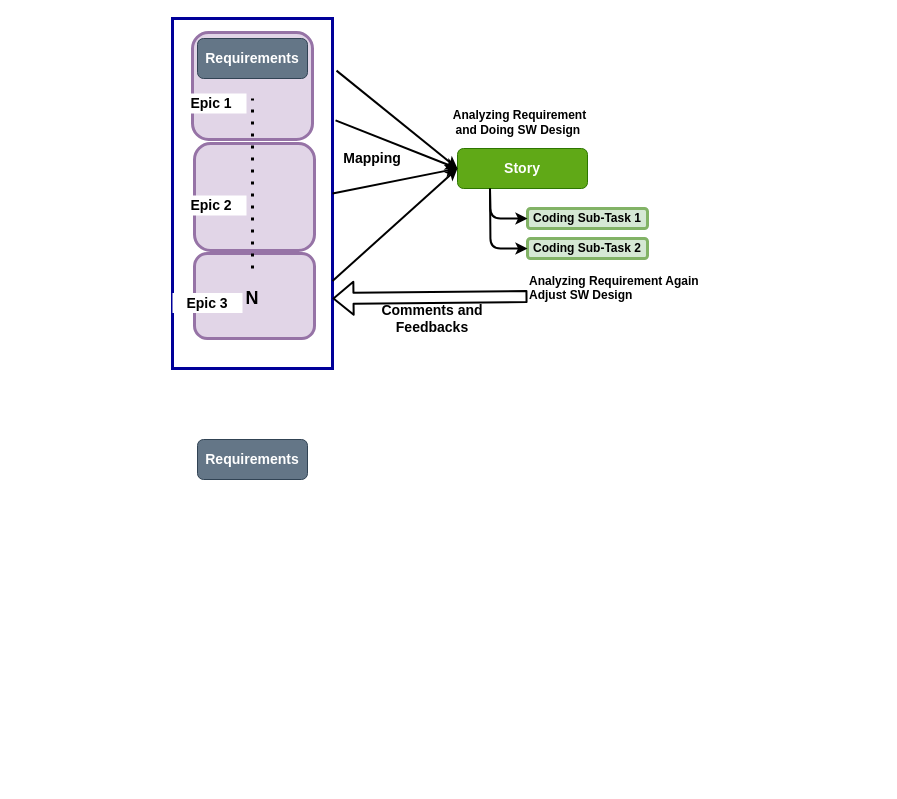
Above: page "Story" (2 of 4) of ASPICE.drawio in jiajiuan/linux_apps (draw.io), before the change. Source tidied: cells renumbered, new cells numbered last; positions are measured from the earlier drawing's top-left corner, leaving out a move shared by most shapes. Both pictures are drawn from the tidied source at 100%, with x=0, y=0 at pixel (172, 18).
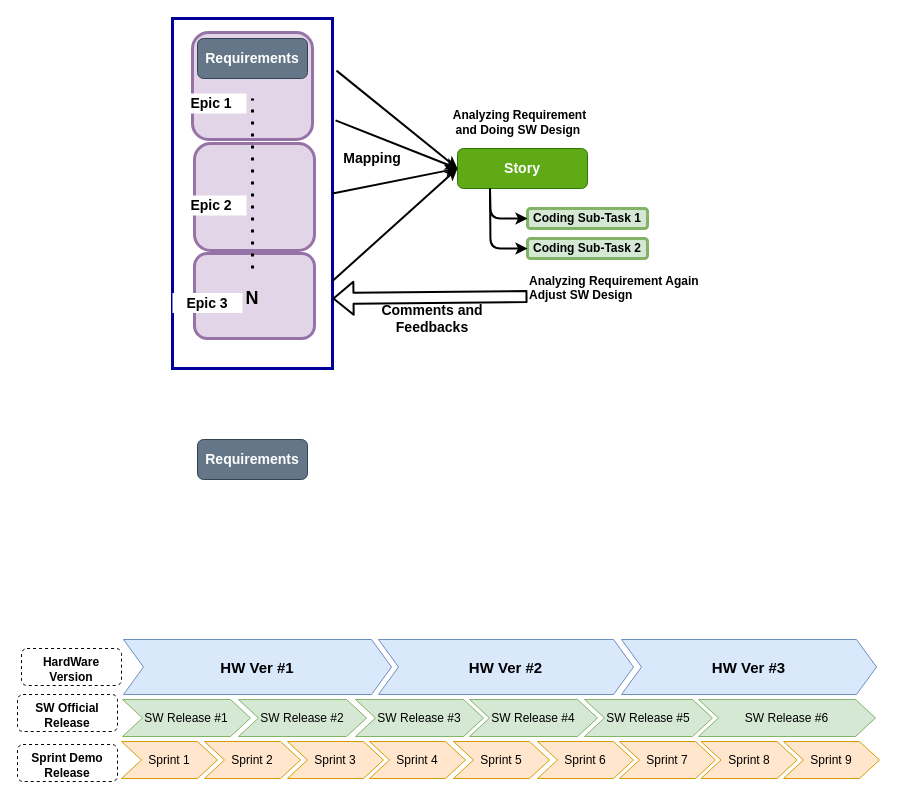
The same diagram, later.

The edit, as a diff of the source:
```diff
@@
+    <mxCell id="27" value="&lt;font style=&quot;font-size: 15px&quot;&gt;&lt;b&gt;HW Ver #1&lt;/b&gt;&lt;/font&gt;" style="shape=step;perimeter=stepPerimeter;whiteSpace=wrap;html=1;fixedSize=1;fillColor=#dae8fc;strokeColor=#6c8ebf;" parent="1" vertex="1">
+      <mxGeometry x="-49" y="621" width="268" height="55" as="geometry" />
+    </mxCell>
+    <mxCell id="28" value="&lt;font style=&quot;font-size: 15px&quot;&gt;&lt;b&gt;HW Ver #2&lt;/b&gt;&lt;/font&gt;" style="shape=step;perimeter=stepPerimeter;whiteSpace=wrap;html=1;fixedSize=1;fillColor=#dae8fc;strokeColor=#6c8ebf;" parent="1" vertex="1">
+      <mxGeometry x="206" y="621" width="255" height="55" as="geometry" />
+    </mxCell>
+    <mxCell id="29" value="&lt;font style=&quot;font-size: 15px&quot;&gt;&lt;b&gt;HW Ver #3&lt;/b&gt;&lt;/font&gt;" style="shape=step;perimeter=stepPerimeter;whiteSpace=wrap;html=1;fixedSize=1;fillColor=#dae8fc;strokeColor=#6c8ebf;" parent="1" vertex="1">
+      <mxGeometry x="449" y="621" width="255" height="55" as="geometry" />
+    </mxCell>
+    <mxCell id="30" value="SW Release #1" style="shape=step;perimeter=stepPerimeter;whiteSpace=wrap;html=1;fixedSize=1;fillColor=#d5e8d4;strokeColor=#82b366;" parent="1" vertex="1">
+      <mxGeometry x="-50" y="681" width="128" height="37" as="geometry" />
+    </mxCell>
+    <mxCell id="31" value="SW Release #2" style="shape=step;perimeter=stepPerimeter;whiteSpace=wrap;html=1;fixedSize=1;fillColor=#d5e8d4;strokeColor=#82b366;" parent="1" vertex="1">
+      <mxGeometry x="66" y="681" width="128" height="37" as="geometry" />
+    </mxCell>
+    <mxCell id="32" value="SW Release #3" style="shape=step;perimeter=stepPerimeter;whiteSpace=wrap;html=1;fixedSize=1;fillColor=#d5e8d4;strokeColor=#82b366;" parent="1" vertex="1">
+      <mxGeometry x="183" y="681" width="128" height="37" as="geometry" />
+    </mxCell>
+    <mxCell id="33" value="SW Release #4" style="shape=step;perimeter=stepPerimeter;whiteSpace=wrap;html=1;fixedSize=1;fillColor=#d5e8d4;strokeColor=#82b366;" parent="1" vertex="1">
+      <mxGeometry x="297" y="681" width="128" height="37" as="geometry" />
+    </mxCell>
+    <mxCell id="34" value="SW Release #5" style="shape=step;perimeter=stepPerimeter;whiteSpace=wrap;html=1;fixedSize=1;fillColor=#d5e8d4;strokeColor=#82b366;" parent="1" vertex="1">
+      <mxGeometry x="412" y="681" width="128" height="37" as="geometry" />
+    </mxCell>
+    <mxCell id="35" value="SW Release #6" style="shape=step;perimeter=stepPerimeter;whiteSpace=wrap;html=1;fixedSize=1;fillColor=#d5e8d4;strokeColor=#82b366;" parent="1" vertex="1">
+      <mxGeometry x="526" y="681" width="177" height="37" as="geometry" />
+    </mxCell>
+    <mxCell id="36" value="Sprint 1" style="shape=step;perimeter=stepPerimeter;whiteSpace=wrap;html=1;fixedSize=1;fillColor=#ffe6cc;strokeColor=#d79b00;" parent="1" vertex="1">
+      <mxGeometry x="-51" y="723" width="96" height="37" as="geometry" />
+    </mxCell>
+    <mxCell id="37" value="Sprint 2" style="shape=step;perimeter=stepPerimeter;whiteSpace=wrap;html=1;fixedSize=1;fillColor=#ffe6cc;strokeColor=#d79b00;" parent="1" vertex="1">
+      <mxGeometry x="32" y="723" width="96" height="37" as="geometry" />
+    </mxCell>
+    <mxCell id="38" value="Sprint 3" style="shape=step;perimeter=stepPerimeter;whiteSpace=wrap;html=1;fixedSize=1;fillColor=#ffe6cc;strokeColor=#d79b00;" parent="1" vertex="1">
+      <mxGeometry x="115" y="723" width="96" height="37" as="geometry" />
+    </mxCell>
+    <mxCell id="39" value="Sprint 4" style="shape=step;perimeter=stepPerimeter;whiteSpace=wrap;html=1;fixedSize=1;fillColor=#ffe6cc;strokeColor=#d79b00;" parent="1" vertex="1">
+      <mxGeometry x="197" y="723" width="96" height="37" as="geometry" />
+    </mxCell>
+    <mxCell id="40" value="Sprint 5" style="shape=step;perimeter=stepPerimeter;whiteSpace=wrap;html=1;fixedSize=1;fillColor=#ffe6cc;strokeColor=#d79b00;" parent="1" vertex="1">
+      <mxGeometry x="281" y="723" width="96" height="37" as="geometry" />
+    </mxCell>
+    <mxCell id="41" value="Sprint 6" style="shape=step;perimeter=stepPerimeter;whiteSpace=wrap;html=1;fixedSize=1;fillColor=#ffe6cc;strokeColor=#d79b00;" parent="1" vertex="1">
+      <mxGeometry x="365" y="723" width="96" height="37" as="geometry" />
+    </mxCell>
+    <mxCell id="42" value="Sprint 7" style="shape=step;perimeter=stepPerimeter;whiteSpace=wrap;html=1;fixedSize=1;fillColor=#ffe6cc;strokeColor=#d79b00;" parent="1" vertex="1">
+      <mxGeometry x="447" y="723" width="96" height="37" as="geometry" />
+    </mxCell>
+    <mxCell id="43" value="Sprint 8" style="shape=step;perimeter=stepPerimeter;whiteSpace=wrap;html=1;fixedSize=1;fillColor=#ffe6cc;strokeColor=#d79b00;" parent="1" vertex="1">
+      <mxGeometry x="528.5" y="723" width="96" height="37" as="geometry" />
+    </mxCell>
+    <mxCell id="44" value="Sprint 9" style="shape=step;perimeter=stepPerimeter;whiteSpace=wrap;html=1;fixedSize=1;fillColor=#ffe6cc;strokeColor=#d79b00;" parent="1" vertex="1">
+      <mxGeometry x="611" y="723" width="96" height="37" as="geometry" />
+    </mxCell>
+    <mxCell id="45" value="&lt;font size=&quot;1&quot;&gt;&lt;b style=&quot;font-size: 12px&quot;&gt;HardWare Version&lt;/b&gt;&lt;/font&gt;" style="text;html=1;align=center;verticalAlign=middle;whiteSpace=wrap;rounded=1;fillColor=#ffffff;strokeColor=#000000;dashed=1;spacingTop=4;spacing=4;" parent="1" vertex="1">
+      <mxGeometry x="-151" y="630" width="100" height="37" as="geometry" />
+    </mxCell>
+    <mxCell id="46" value="&lt;font size=&quot;1&quot;&gt;&lt;b style=&quot;font-size: 12px&quot;&gt;SW Official Release&lt;/b&gt;&lt;/font&gt;" style="text;html=1;align=center;verticalAlign=middle;whiteSpace=wrap;rounded=1;fillColor=#ffffff;strokeColor=#000000;dashed=1;spacingTop=4;spacing=4;" parent="1" vertex="1">
+      <mxGeometry x="-155" y="676" width="100" height="37" as="geometry" />
+    </mxCell>
+    <mxCell id="47" value="&lt;font size=&quot;1&quot;&gt;&lt;b style=&quot;font-size: 12px&quot;&gt;Sprint Demo Release&lt;/b&gt;&lt;/font&gt;" style="text;html=1;align=center;verticalAlign=middle;whiteSpace=wrap;rounded=1;fillColor=#ffffff;strokeColor=#000000;dashed=1;spacingTop=4;spacing=4;" parent="1" vertex="1">
+      <mxGeometry x="-155" y="726" width="100" height="37" as="geometry" />
+    </mxCell>
```
